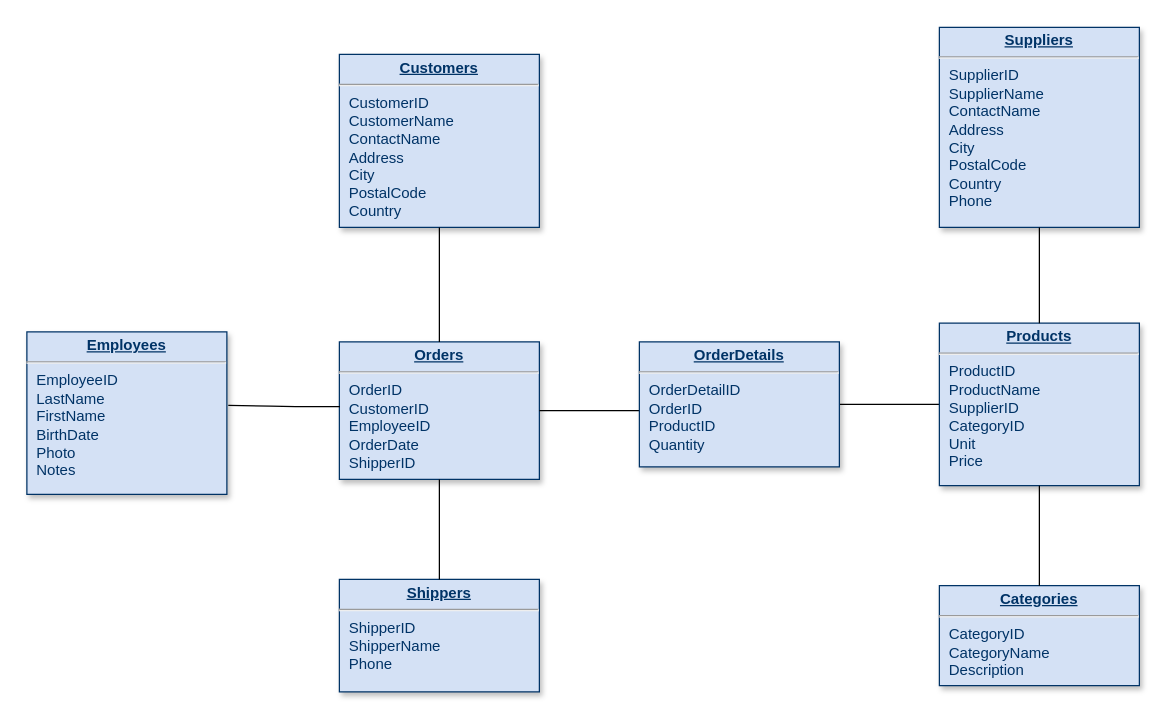
RainerKl/SQL keeps this draw.io diagram as Untitled Diagram.drawio. Above is the earlier version. Source tidied: cells renumbered, new cells numbered last; positions are measured from the earlier drawing's top-left corner, leaving out a move shared by most shapes. Both pictures are drawn from the tidied source at 125%, with x=0, y=0 at pixel (26, 26).
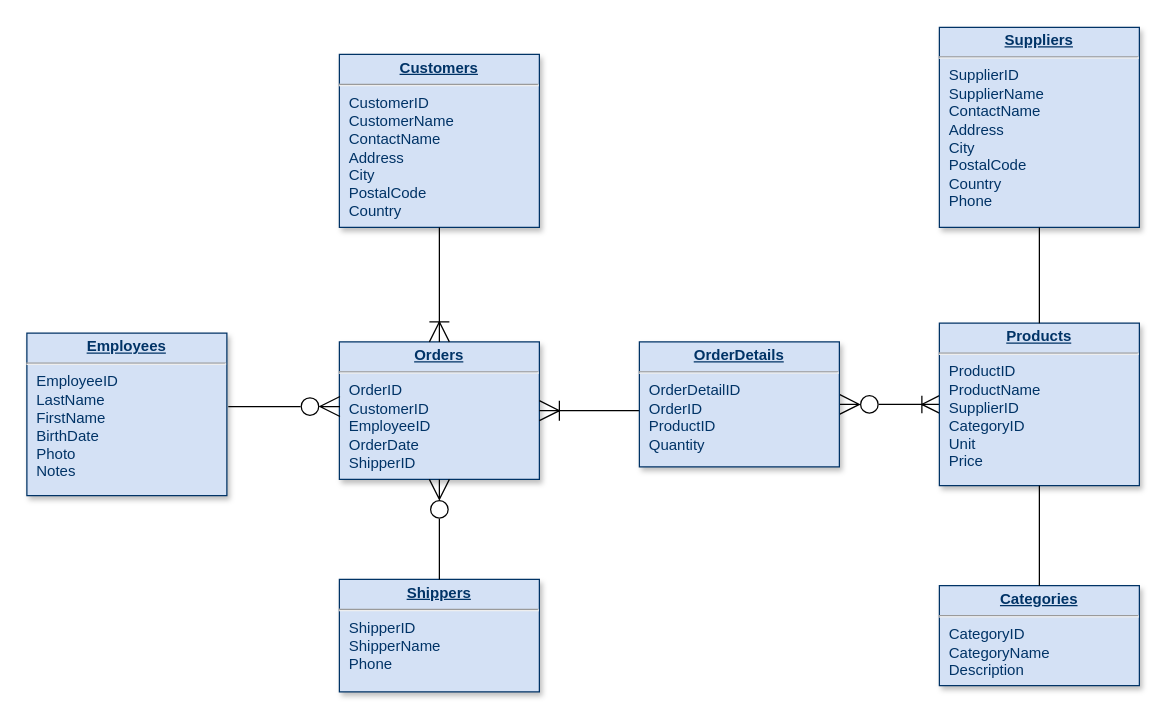
The same diagram, later.

The change refers to these unchanged cells:
```xml
<mxCell id="3" value="&lt;p style=&quot;margin: 0px ; margin-top: 4px ; text-align: center ; text-decoration: underline&quot;&gt;&lt;b&gt;Shippers&lt;/b&gt;&lt;/p&gt;&lt;hr&gt;&lt;p style=&quot;margin: 0px ; margin-left: 8px&quot;&gt;ShipperID&lt;/p&gt;&lt;p style=&quot;margin: 0px ; margin-left: 8px&quot;&gt;&lt;span&gt;ShipperName&lt;/span&gt;&lt;/p&gt;&lt;p style=&quot;margin: 0px ; margin-left: 8px&quot;&gt;&lt;span&gt;Phone&lt;/span&gt;&lt;/p&gt;" style="verticalAlign=top;align=left;overflow=fill;fontSize=12;fontFamily=Helvetica;html=1;strokeColor=#003366;shadow=1;fillColor=#D4E1F5;fontColor=#003366;" parent="1" vertex="1">
  <mxGeometry x="250" y="442" width="160" height="90" as="geometry" />
</mxCell>
<mxCell id="4" value="&lt;p style=&quot;margin: 0px ; margin-top: 4px ; text-align: center ; text-decoration: underline&quot;&gt;&lt;strong&gt;Customers&lt;/strong&gt;&lt;/p&gt;&lt;hr&gt;&lt;p style=&quot;margin: 0px ; margin-left: 8px&quot;&gt;CustomerID&lt;/p&gt;&lt;p style=&quot;margin: 0px ; margin-left: 8px&quot;&gt;CustomerName&lt;/p&gt;&lt;p style=&quot;margin: 0px ; margin-left: 8px&quot;&gt;ContactName&lt;/p&gt;&lt;p style=&quot;margin: 0px ; margin-left: 8px&quot;&gt;Address&lt;/p&gt;&lt;p style=&quot;margin: 0px ; margin-left: 8px&quot;&gt;City&lt;/p&gt;&lt;p style=&quot;margin: 0px ; margin-left: 8px&quot;&gt;PostalCode&lt;/p&gt;&lt;p style=&quot;margin: 0px ; margin-left: 8px&quot;&gt;Country&lt;/p&gt;" style="verticalAlign=top;align=left;overflow=fill;fontSize=12;fontFamily=Helvetica;html=1;strokeColor=#003366;shadow=1;fillColor=#D4E1F5;fontColor=#003366;" parent="1" vertex="1">
  <mxGeometry x="250" y="22" width="160" height="138.4" as="geometry" />
</mxCell>
<mxCell id="5" value="&lt;p style=&quot;margin: 0px ; margin-top: 4px ; text-align: center ; text-decoration: underline&quot;&gt;&lt;b&gt;Orders&lt;/b&gt;&lt;/p&gt;&lt;hr&gt;&lt;p style=&quot;margin: 0px ; margin-left: 8px&quot;&gt;OrderID&lt;/p&gt;&lt;p style=&quot;margin: 0px ; margin-left: 8px&quot;&gt;CustomerID&lt;/p&gt;&lt;p style=&quot;margin: 0px ; margin-left: 8px&quot;&gt;EmployeeID&lt;/p&gt;&lt;p style=&quot;margin: 0px ; margin-left: 8px&quot;&gt;OrderDate&lt;/p&gt;&lt;p style=&quot;margin: 0px ; margin-left: 8px&quot;&gt;ShipperID&lt;/p&gt;" style="verticalAlign=top;align=left;overflow=fill;fontSize=12;fontFamily=Helvetica;html=1;strokeColor=#003366;shadow=1;fillColor=#D4E1F5;fontColor=#003366;" parent="1" vertex="1">
  <mxGeometry x="250" y="252" width="160" height="110" as="geometry" />
</mxCell>
<mxCell id="10" value="&lt;p style=&quot;margin: 0px ; margin-top: 4px ; text-align: center ; text-decoration: underline&quot;&gt;&lt;strong&gt;Products&lt;/strong&gt;&lt;/p&gt;&lt;hr&gt;&lt;p style=&quot;margin: 0px ; margin-left: 8px&quot;&gt;ProductID&lt;/p&gt;&lt;p style=&quot;margin: 0px ; margin-left: 8px&quot;&gt;ProductName&lt;/p&gt;&lt;p style=&quot;margin: 0px ; margin-left: 8px&quot;&gt;SupplierID&lt;/p&gt;&lt;p style=&quot;margin: 0px ; margin-left: 8px&quot;&gt;CategoryID&lt;/p&gt;&lt;p style=&quot;margin: 0px ; margin-left: 8px&quot;&gt;Unit&lt;/p&gt;&lt;p style=&quot;margin: 0px ; margin-left: 8px&quot;&gt;Price&lt;/p&gt;" style="verticalAlign=top;align=left;overflow=fill;fontSize=12;fontFamily=Helvetica;html=1;strokeColor=#003366;shadow=1;fillColor=#D4E1F5;fontColor=#003366;" parent="1" vertex="1">
  <mxGeometry x="730" y="237" width="160" height="130" as="geometry" />
</mxCell>
<mxCell id="15" value="&lt;p style=&quot;margin: 0px ; margin-top: 4px ; text-align: center ; text-decoration: underline&quot;&gt;&lt;b&gt;OrderDetails&lt;/b&gt;&lt;/p&gt;&lt;hr&gt;&lt;p style=&quot;margin: 0px ; margin-left: 8px&quot;&gt;OrderDetailID&lt;/p&gt;&lt;p style=&quot;margin: 0px ; margin-left: 8px&quot;&gt;OrderID&lt;/p&gt;&lt;p style=&quot;margin: 0px ; margin-left: 8px&quot;&gt;ProductID&lt;/p&gt;&lt;p style=&quot;margin: 0px ; margin-left: 8px&quot;&gt;Quantity&lt;/p&gt;" style="verticalAlign=top;align=left;overflow=fill;fontSize=12;fontFamily=Helvetica;html=1;strokeColor=#003366;shadow=1;fillColor=#D4E1F5;fontColor=#003366;" parent="1" vertex="1">
  <mxGeometry x="490" y="252" width="160" height="100" as="geometry" />
</mxCell>
```

Diff of the diagram source:
```diff
@@
     <mxCell id="2" value="&lt;p style=&quot;margin: 0px ; margin-top: 4px ; text-align: center ; text-decoration: underline&quot;&gt;&lt;b&gt;Employees&lt;/b&gt;&lt;/p&gt;&lt;hr&gt;&lt;p style=&quot;margin: 0px ; margin-left: 8px&quot;&gt;EmployeeID&lt;br&gt;LastName&lt;/p&gt;&lt;p style=&quot;margin: 0px ; margin-left: 8px&quot;&gt;FirstName&lt;/p&gt;&lt;p style=&quot;margin: 0px ; margin-left: 8px&quot;&gt;BirthDate&lt;/p&gt;&lt;p style=&quot;margin: 0px ; margin-left: 8px&quot;&gt;Photo&lt;/p&gt;&lt;p style=&quot;margin: 0px ; margin-left: 8px&quot;&gt;Notes&lt;/p&gt;" style="verticalAlign=top;align=left;overflow=fill;fontSize=12;fontFamily=Helvetica;html=1;strokeColor=#003366;shadow=1;fillColor=#D4E1F5;fontColor=#003366;" parent="1" vertex="1">
-      <mxGeometry y="244" width="160" height="130" as="geometry" />
+      <mxGeometry y="245" width="160" height="130" as="geometry" />
     </mxCell>
@@
-    <mxCell id="6" style="endArrow=none;endSize=12;startArrow=none;startSize=14;startFill=0;edgeStyle=orthogonalEdgeStyle;rounded=0;endFill=0;exitX=1;exitY=0.5;exitDx=0;exitDy=0;" parent="1" edge="1" source="5" target="15">
+    <mxCell id="6" style="endArrow=none;endSize=12;startArrow=ERoneToMany;startSize=14;startFill=0;edgeStyle=orthogonalEdgeStyle;rounded=0;endFill=0;exitX=1;exitY=0.5;exitDx=0;exitDy=0;" parent="1" edge="1" source="5" target="15">
       <mxGeometry x="769.4" y="450" as="geometry">
         <Array as="points">
           <mxPoint x="480" y="307" />
           <mxPoint x="480" y="307" />
         </Array>
       </mxGeometry>
     </mxCell>
-    <mxCell id="7" style="endArrow=none;endSize=12;startArrow=none;startSize=14;startFill=0;edgeStyle=orthogonalEdgeStyle;entryX=0;entryY=0.5;rounded=0;entryDx=0;entryDy=0;endFill=0;exitX=1;exitY=0.5;exitDx=0;exitDy=0;" parent="1" edge="1" source="15" target="10">
+    <mxCell id="7" style="endArrow=ERoneToMany;endSize=12;startArrow=ERzeroToMany;startSize=14;startFill=0;edgeStyle=orthogonalEdgeStyle;entryX=0;entryY=0.5;rounded=0;entryDx=0;entryDy=0;endFill=0;exitX=1;exitY=0.5;exitDx=0;exitDy=0;" parent="1" edge="1" source="15" target="10">
       <mxGeometry x="419.4" y="820" as="geometry" />
     </mxCell>
-    <mxCell id="8" style="endArrow=none;endSize=12;startArrow=none;startSize=14;startFill=0;edgeStyle=orthogonalEdgeStyle;endFill=0;entryX=0.5;entryY=1;entryDx=0;entryDy=0;exitX=0.5;exitY=0;exitDx=0;exitDy=0;" parent="1" edge="1" source="5" target="4">
+    <mxCell id="8" style="endArrow=none;endSize=12;startArrow=ERoneToMany;startSize=14;startFill=0;edgeStyle=orthogonalEdgeStyle;endFill=0;entryX=0.5;entryY=1;entryDx=0;entryDy=0;exitX=0.5;exitY=0;exitDx=0;exitDy=0;" parent="1" edge="1" source="5" target="4">
       <mxGeometry x="369.4" y="360" as="geometry">
         <Array as="points">
           <mxPoint x="330" y="202" />
           <mxPoint x="330" y="202" />
         </Array>
       </mxGeometry>
     </mxCell>
@@
-    <mxCell id="11" style="endArrow=none;endSize=12;startArrow=none;startSize=14;startFill=0;edgeStyle=orthogonalEdgeStyle;entryX=1.007;entryY=0.452;entryDx=0;entryDy=0;entryPerimeter=0;exitX=0.003;exitY=0.47;exitDx=0;exitDy=0;exitPerimeter=0;endFill=0;" parent="1" edge="1" source="5" target="2">
+    <mxCell id="11" style="endArrow=none;endSize=12;startArrow=ERzeroToMany;startSize=14;startFill=0;edgeStyle=orthogonalEdgeStyle;entryX=1.007;entryY=0.452;entryDx=0;entryDy=0;entryPerimeter=0;exitX=0.003;exitY=0.47;exitDx=0;exitDy=0;exitPerimeter=0;endFill=0;" parent="1" edge="1" source="5" target="2">
       <mxGeometry x="379.4" y="370" as="geometry" />
     </mxCell>
-    <mxCell id="12" style="endArrow=none;endSize=12;startArrow=none;startSize=14;startFill=0;edgeStyle=orthogonalEdgeStyle;endFill=0;exitX=0.5;exitY=1;exitDx=0;exitDy=0;entryX=0.5;entryY=0;entryDx=0;entryDy=0;" parent="1" edge="1" source="5" target="3">
+    <mxCell id="12" style="endArrow=none;endSize=12;startArrow=ERzeroToMany;startSize=14;startFill=0;edgeStyle=orthogonalEdgeStyle;endFill=0;exitX=0.5;exitY=1;exitDx=0;exitDy=0;entryX=0.5;entryY=0;entryDx=0;entryDy=0;" parent="1" edge="1" source="5" target="3">
       <mxGeometry x="645.4" y="372" as="geometry">
         <Array as="points">
           <mxPoint x="330" y="432" />
           <mxPoint x="330" y="432" />
         </Array>
       </mxGeometry>
     </mxCell>
```
